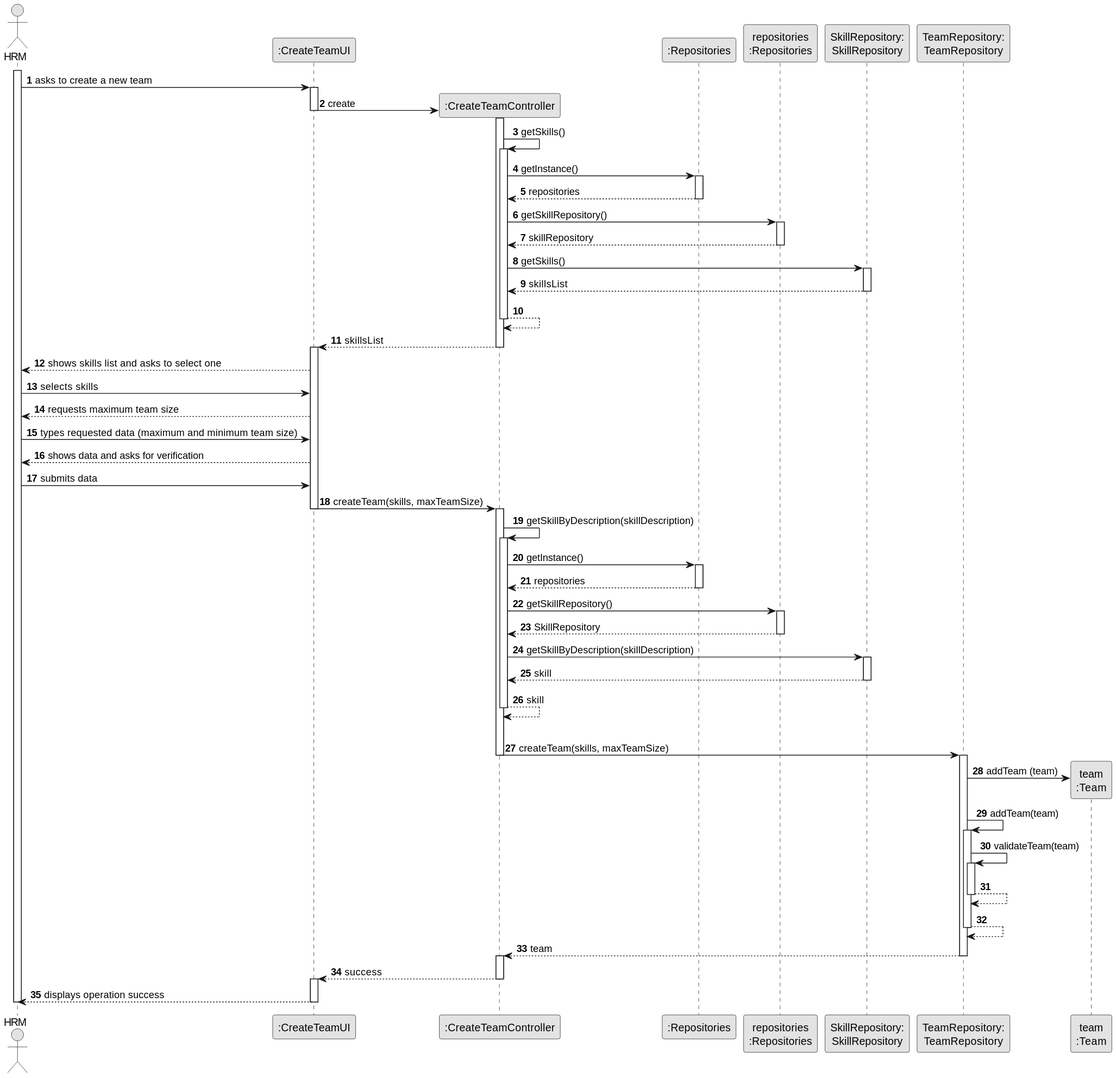
Earlier version of the PlantUML export docs/sprintB/us005/03.design/svg/us005-sequence-diagram-full.svg (ricardomm7/leaflink).
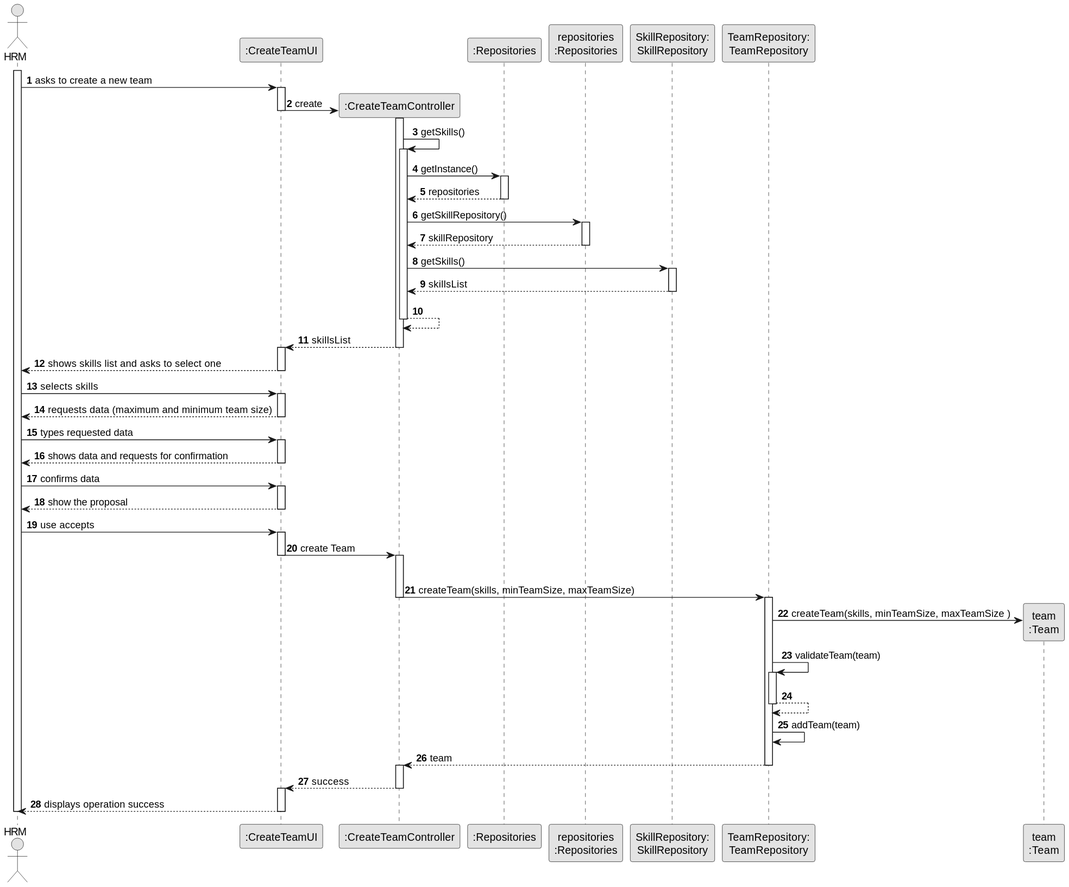
After the change.

Diff of the diagram source:
```diff
@@ -53,61 +53,50 @@
                     activate UI
 
                 UI --> ADM : shows skills list and asks to select one
+                deactivate UI
 
         ADM -> UI : selects skills
+        activate UI
 
-        UI --> ADM : requests maximum team size
+        UI --> ADM : requests data (maximum and minimum  team size)
+        deactivate UI
 
-    ADM -> UI : types requested data (maximum and minimum  team size)
+    ADM -> UI : types requested data
+    activate UI
 
-        UI --> ADM : shows data and asks for verification
+        UI --> ADM : shows data and requests for confirmation
+        deactivate UI
 
-    ADM -> UI : submits data
+    ADM -> UI : confirms data
+    activate UI
 
-        UI -> CTRL : createTeam(skills, maxTeamSize)
+    UI --> ADM: show the proposal
+    deactivate UI
+
+    ADM -> UI: use accepts
+    activate UI
+
+        UI -> CTRL : create Team
         deactivate UI
         activate CTRL
 
-            CTRL -> CTRL : getSkillByDescription(skillDescription)
-            activate CTRL
-
-                CTRL -> RepositorySingleton : getInstance()
-                activate RepositorySingleton
-
-                    RepositorySingleton --> CTRL: repositories
-                deactivate RepositorySingleton
-
-                CTRL -> PLAT : getSkillRepository()
-                activate PLAT
-
-                    PLAT --> CTRL : SkillRepository
-                deactivate PLAT
-
-                CTRL -> SkillRepository : getSkillByDescription(skillDescription)
-                activate SkillRepository
-
-                    SkillRepository --> CTRL : skill
-                deactivate SkillRepository
-                    CTRL --> CTRL : skill
-            deactivate CTRL
-
-
             |||
-                CTRL -> TeamRepository: createTeam(skills, maxTeamSize)
+                CTRL -> TeamRepository: createTeam(skills, minTeamSize, maxTeamSize)
                 deactivate CTRL
                 activate TeamRepository
 
-                TeamRepository -> Team**: addTeam (team)
+                TeamRepository -> Team**: createTeam(skills, minTeamSize, maxTeamSize )
 
-                    TeamRepository -> TeamRepository: addTeam(team)
+                        TeamRepository -> TeamRepository: validateTeam(team)
                     activate TeamRepository
-                        TeamRepository -> TeamRepository: validateTeam(team)
-                        activate TeamRepository
-                            TeamRepository --> TeamRepository
-                            deactivate TeamRepository
+
+
 
                     TeamRepository --> TeamRepository
                 deactivate TeamRepository
+
+                                    TeamRepository -> TeamRepository: addTeam(team)
+
 
             TeamRepository --> CTRL: team
             deactivate TeamRepository
```
